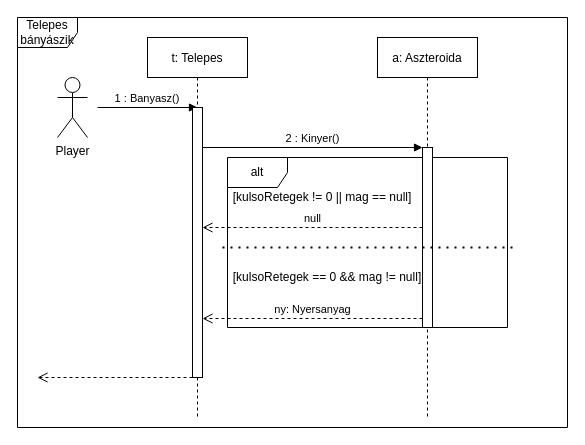
Above: doc/uml/szekvencia_mine.drawio in torpeBoiGo/aszteroidabanyaszat (draw.io), before the change. Source tidied: cells renumbered, new cells numbered last; positions are measured from the earlier drawing's top-left corner, leaving out a move shared by most shapes. Both pictures are drawn from the tidied source at 100%, with x=0, y=0 at pixel (17, 17).
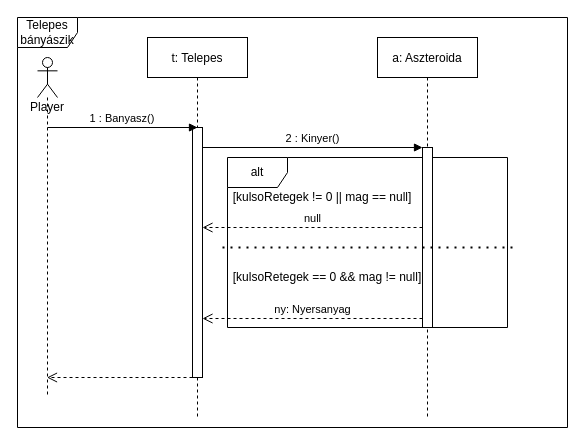
Above is the later version.

The change refers to these unchanged cells:
```xml
<mxCell id="4" value="t: Telepes" style="shape=umlLifeline;perimeter=lifelinePerimeter;rounded=0;shadow=0;strokeWidth=1;" parent="1" vertex="1">
  <mxGeometry x="130" y="20" width="100" height="380" as="geometry" />
</mxCell>
```

Change to the diagram source:
```diff
@@
-    <mxCell id="5" value="1 : Banyasz()" style="verticalAlign=bottom;startArrow=none;endArrow=block;startSize=8;shadow=0;strokeWidth=1;startFill=0;" parent="4" edge="1">
-      <mxGeometry relative="1" as="geometry">
-        <mxPoint x="-50" y="70" as="sourcePoint" />
-        <mxPoint x="50" y="70" as="targetPoint" />
-      </mxGeometry>
-    </mxCell>
     <mxCell id="6" style="html=1;points=[];perimeter=orthogonalPerimeter;" parent="4" vertex="1">
-      <mxGeometry x="45" y="70" width="10" height="270" as="geometry" />
+      <mxGeometry x="45" y="90" width="10" height="250" as="geometry" />
     </mxCell>
@@
-    <mxCell id="12" style="html=1;verticalAlign=bottom;endArrow=open;dashed=1;endSize=8;" parent="1" edge="1" source="6">
+    <mxCell id="12" style="html=1;verticalAlign=bottom;endArrow=open;dashed=1;endSize=8;" parent="1" edge="1" target="16">
       <mxGeometry relative="1" as="geometry">
-        <mxPoint x="20" y="360" as="targetPoint" />
+        <mxPoint x="175" y="360" as="sourcePoint" />
       </mxGeometry>
     </mxCell>
@@
-    <mxCell id="16" value="Player" style="shape=umlActor;verticalLabelPosition=bottom;verticalAlign=top;html=1;" parent="1" vertex="1">
-      <mxGeometry x="40" y="60" width="30" height="60" as="geometry" />
+    <mxCell id="16" value="Player" style="shape=umlLifeline;participant=umlActor;perimeter=lifelinePerimeter;whiteSpace=wrap;html=1;verticalAlign=top;spacingTop=36;outlineConnect=0;" parent="1" vertex="1">
+      <mxGeometry x="20" y="40" width="20" height="340" as="geometry" />
     </mxCell>
+    <mxCell id="5" value="1 : Banyasz()" style="verticalAlign=bottom;startArrow=none;endArrow=block;startSize=8;shadow=0;strokeWidth=1;startFill=0;" parent="1" edge="1">
+      <mxGeometry relative="1" as="geometry">
+        <mxPoint x="30" y="110" as="sourcePoint" />
+        <mxPoint x="180" y="110" as="targetPoint" />
+      </mxGeometry>
+    </mxCell>
```
